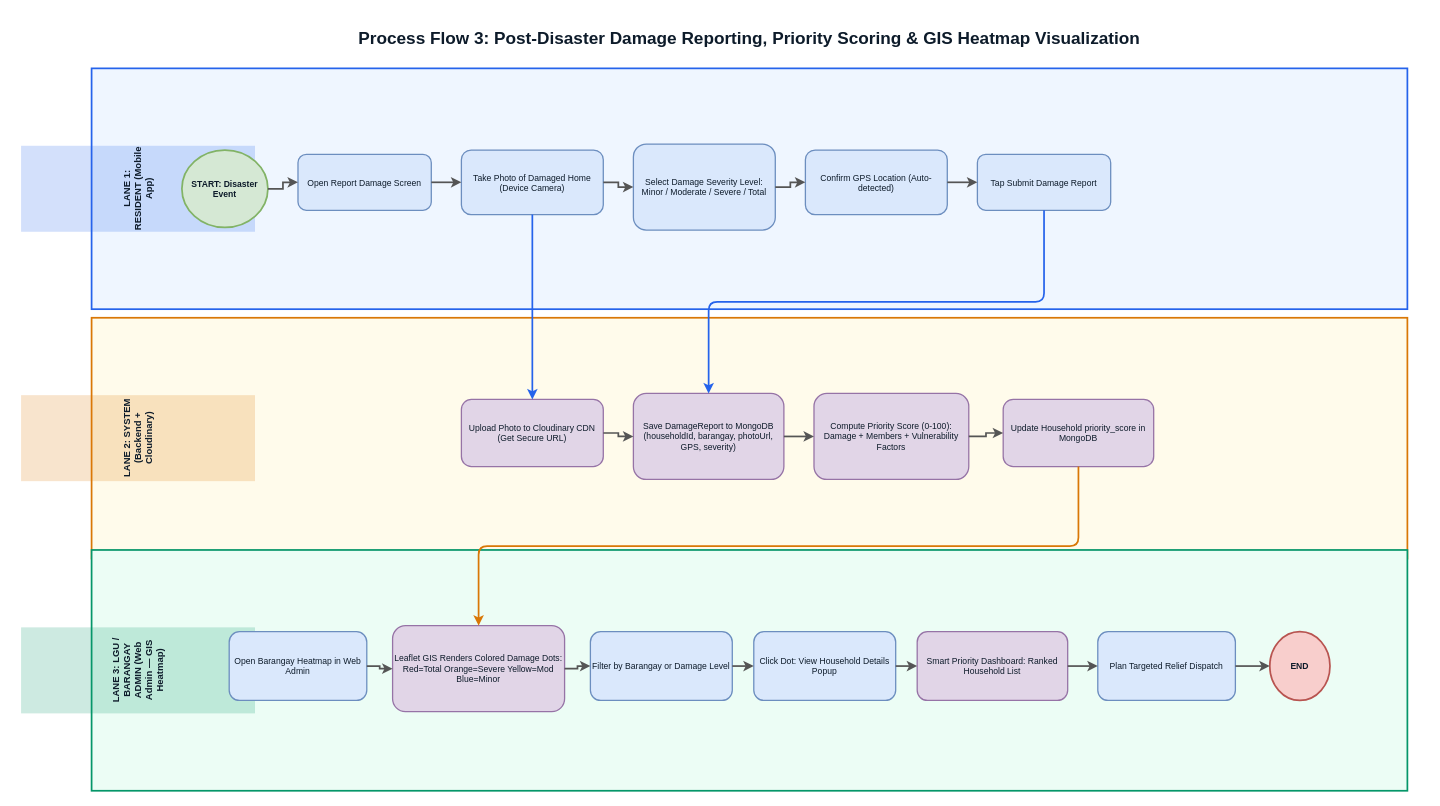
Before: MitigatePlus_Capstone_Diagrams/04c_ProcessFlow_Damage_Report_Heatmap.drawio in ellicaonggoco/Post-MitigatePlus, a draw.io diagram. Source tidied: cells renumbered, new cells numbered last; positions are measured from the earlier drawing's top-left corner, leaving out a move shared by most shapes. Both pictures are drawn from the tidied source at 86%, with x=0, y=0 at pixel (91, 16).
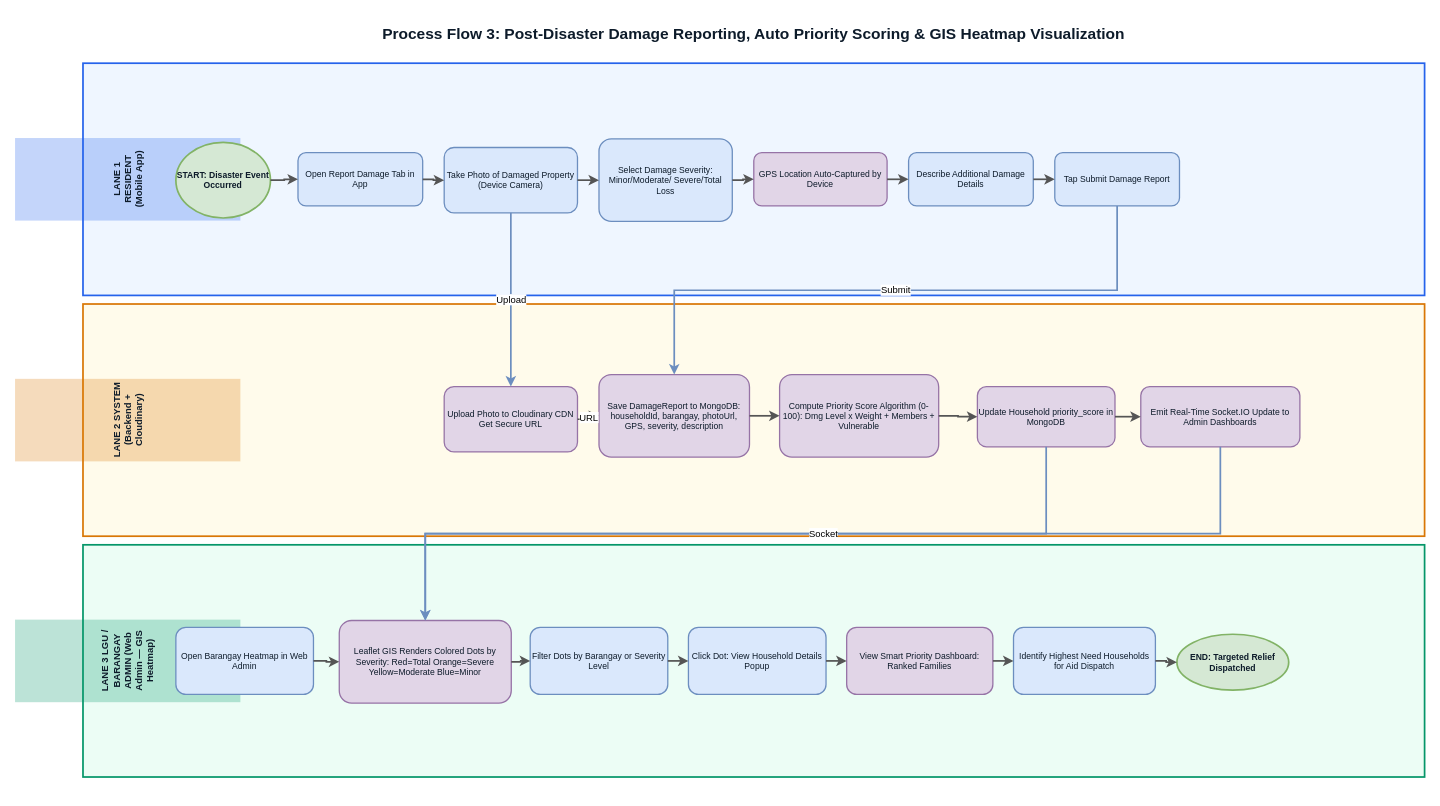
After the change.

Change to the diagram source:
```diff
@@
-    <mxCell id="2" value="Process Flow 3: Post-Disaster Damage Reporting, Priority Scoring &amp; GIS Heatmap Visualization" style="text;html=0;strokeColor=none;fillColor=none;align=center;verticalAlign=middle;whiteSpace=wrap;fontSize=20;fontStyle=1;fontColor=#0D1B2A;" parent="1" vertex="1">
-      <mxGeometry width="1530" height="48" as="geometry" />
+    <mxCell id="2" value="Process Flow 3: Post-Disaster Damage Reporting, Auto Priority Scoring &amp; GIS Heatmap Visualization" style="text;html=0;strokeColor=none;fillColor=none;align=center;verticalAlign=middle;whiteSpace=wrap;fontSize=18;fontStyle=1;fontColor=#0D1B2A;" parent="1" vertex="1">
+      <mxGeometry x="-10" y="-2" width="1560" height="44" as="geometry" />
     </mxCell>
-    <mxCell id="3" style="rounded=0;whiteSpace=wrap;html=0;fillColor=#EFF6FF;strokeColor=#2563EB;strokeWidth=2;" parent="1" vertex="1">
-      <mxGeometry y="60" width="1530" height="280" as="geometry" />
+    <mxCell id="3" style="rounded=0;html=0;fillColor=#EFF6FF;strokeColor=#2563EB;strokeWidth=2;" parent="1" vertex="1">
+      <mxGeometry x="-10" y="54" width="1560" height="270" as="geometry" />
     </mxCell>
-    <mxCell id="4" value="LANE 1: RESIDENT (Mobile App)" style="text;html=0;strokeColor=none;fillColor=#2563EB33;align=center;verticalAlign=middle;whiteSpace=wrap;fontSize=11;fontStyle=1;fontColor=#0D1B2A;rotation=-90;" parent="1" vertex="1">
-      <mxGeometry x="4" y="64" width="100" height="272" as="geometry" />
-    </mxCell>
+    <mxCell id="43" value="LANE 1 RESIDENT (Mobile App)" style="text;html=0;strokeColor=none;fillColor=#2563EB44;align=center;verticalAlign=middle;whiteSpace=wrap;fontSize=11;fontStyle=1;fontColor=#0D1B2A;rotation=-90;" parent="1" vertex="1">
+      <mxGeometry x="-6" y="58" width="96" height="262" as="geometry" />
+    </mxCell>
-    <mxCell id="5" style="rounded=0;whiteSpace=wrap;html=0;fillColor=#FFFBEB;strokeColor=#D97706;strokeWidth=2;" parent="1" vertex="1">
-      <mxGeometry y="350" width="1530" height="280" as="geometry" />
+    <mxCell id="5" style="rounded=0;html=0;fillColor=#FFFBEB;strokeColor=#D97706;strokeWidth=2;" parent="1" vertex="1">
+      <mxGeometry x="-10" y="334" width="1560" height="270" as="geometry" />
     </mxCell>
-    <mxCell id="6" value="LANE 2: SYSTEM (Backend + Cloudinary)" style="text;html=0;strokeColor=none;fillColor=#D9770633;align=center;verticalAlign=middle;whiteSpace=wrap;fontSize=11;fontStyle=1;fontColor=#0D1B2A;rotation=-90;" parent="1" vertex="1">
-      <mxGeometry x="4" y="354" width="100" height="272" as="geometry" />
-    </mxCell>
+    <mxCell id="44" value="LANE 2 SYSTEM (Backend + Cloudinary)" style="text;html=0;strokeColor=none;fillColor=#D9770644;align=center;verticalAlign=middle;whiteSpace=wrap;fontSize=11;fontStyle=1;fontColor=#0D1B2A;rotation=-90;" parent="1" vertex="1">
+      <mxGeometry x="-6" y="338" width="96" height="262" as="geometry" />
+    </mxCell>
-    <mxCell id="7" style="rounded=0;whiteSpace=wrap;html=0;fillColor=#ECFDF5;strokeColor=#059669;strokeWidth=2;" parent="1" vertex="1">
-      <mxGeometry y="620" width="1530" height="280" as="geometry" />
+    <mxCell id="7" style="rounded=0;html=0;fillColor=#ECFDF5;strokeColor=#059669;strokeWidth=2;" parent="1" vertex="1">
+      <mxGeometry x="-10" y="614" width="1560" height="270" as="geometry" />
     </mxCell>
-    <mxCell id="8" value="LANE 3: LGU / BARANGAY ADMIN (Web Admin — GIS Heatmap)" style="text;html=0;strokeColor=none;fillColor=#05966933;align=center;verticalAlign=middle;whiteSpace=wrap;fontSize=11;fontStyle=1;fontColor=#0D1B2A;rotation=-90;" parent="1" vertex="1">
-      <mxGeometry x="4" y="624" width="100" height="272" as="geometry" />
-    </mxCell>
+    <mxCell id="45" value="LANE 3 LGU / BARANGAY ADMIN (Web Admin — GIS Heatmap)" style="text;html=0;strokeColor=none;fillColor=#05966944;align=center;verticalAlign=middle;whiteSpace=wrap;fontSize=11;fontStyle=1;fontColor=#0D1B2A;rotation=-90;" parent="1" vertex="1">
+      <mxGeometry x="-6" y="618" width="96" height="262" as="geometry" />
+    </mxCell>
-    <mxCell id="9" value="START: Disaster Event" style="ellipse;whiteSpace=wrap;html=0;fillColor=#d5e8d4;strokeColor=#82b366;strokeWidth=2;fontSize=10;fontStyle=1;fontColor=#0D1B2A;" parent="1" vertex="1">
-      <mxGeometry x="105" y="155" width="100" height="90" as="geometry" />
+    <mxCell id="9" value="START: Disaster Event Occurred" style="ellipse;whiteSpace=wrap;html=0;fillColor=#d5e8d4;strokeColor=#82b366;strokeWidth=2;fontSize=10;fontStyle=1;fontColor=#0D1B2A;" parent="1" vertex="1">
+      <mxGeometry x="98" y="146" width="110" height="88" as="geometry" />
     </mxCell>
-    <mxCell id="10" value="Open Report Damage Screen" style="rounded=1;whiteSpace=wrap;html=0;fillColor=#dae8fc;strokeColor=#6c8ebf;strokeWidth=1.5;fontSize=10;fontColor=#0D1B2A;" parent="1" vertex="1">
-      <mxGeometry x="240" y="160" width="155" height="65" as="geometry" />
+    <mxCell id="10" value="Open Report Damage Tab in App" style="rounded=1;whiteSpace=wrap;html=0;fillColor=#dae8fc;strokeColor=#6c8ebf;strokeWidth=1.5;fontSize=10;fontColor=#0D1B2A;" parent="1" vertex="1">
+      <mxGeometry x="240" y="158" width="145" height="62" as="geometry" />
     </mxCell>
-    <mxCell id="11" value="Take Photo of Damaged Home (Device Camera)" style="rounded=1;whiteSpace=wrap;html=0;fillColor=#dae8fc;strokeColor=#6c8ebf;strokeWidth=1.5;fontSize=10;fontColor=#0D1B2A;" parent="1" vertex="1">
-      <mxGeometry x="430" y="155" width="165" height="75" as="geometry" />
+    <mxCell id="11" value="Take Photo of Damaged Property (Device Camera)" style="rounded=1;whiteSpace=wrap;html=0;fillColor=#dae8fc;strokeColor=#6c8ebf;strokeWidth=1.5;fontSize=10;fontColor=#0D1B2A;" parent="1" vertex="1">
+      <mxGeometry x="410" y="152" width="155" height="76" as="geometry" />
     </mxCell>
-    <mxCell id="12" value="Select Damage Severity Level: Minor / Moderate / Severe / Total" style="rounded=1;whiteSpace=wrap;html=0;fillColor=#dae8fc;strokeColor=#6c8ebf;strokeWidth=1.5;fontSize=10;fontColor=#0D1B2A;" parent="1" vertex="1">
-      <mxGeometry x="630" y="148" width="165" height="100" as="geometry" />
+    <mxCell id="12" value="Select Damage Severity: Minor/Moderate/ Severe/Total Loss" style="rounded=1;whiteSpace=wrap;html=0;fillColor=#dae8fc;strokeColor=#6c8ebf;strokeWidth=1.5;fontSize=10;fontColor=#0D1B2A;" parent="1" vertex="1">
+      <mxGeometry x="590" y="142" width="155" height="96" as="geometry" />
     </mxCell>
-    <mxCell id="13" value="Confirm GPS Location (Auto-detected)" style="rounded=1;whiteSpace=wrap;html=0;fillColor=#dae8fc;strokeColor=#6c8ebf;strokeWidth=1.5;fontSize=10;fontColor=#0D1B2A;" parent="1" vertex="1">
-      <mxGeometry x="830" y="155" width="165" height="75" as="geometry" />
+    <mxCell id="13" value="GPS Location Auto-Captured by Device" style="rounded=1;whiteSpace=wrap;html=0;fillColor=#e1d5e7;strokeColor=#9673a6;strokeWidth=1.5;fontSize=10;fontColor=#0D1B2A;" parent="1" vertex="1">
+      <mxGeometry x="770" y="158" width="155" height="62" as="geometry" />
     </mxCell>
-    <mxCell id="14" value="Tap Submit Damage Report" style="rounded=1;whiteSpace=wrap;html=0;fillColor=#dae8fc;strokeColor=#6c8ebf;strokeWidth=1.5;fontSize=10;fontColor=#0D1B2A;" parent="1" vertex="1">
-      <mxGeometry x="1030" y="160" width="155" height="65" as="geometry" />
+    <mxCell id="14" value="Describe Additional Damage Details" style="rounded=1;whiteSpace=wrap;html=0;fillColor=#dae8fc;strokeColor=#6c8ebf;strokeWidth=1.5;fontSize=10;fontColor=#0D1B2A;" parent="1" vertex="1">
+      <mxGeometry x="950" y="158" width="145" height="62" as="geometry" />
     </mxCell>
+    <mxCell id="46" value="Tap Submit Damage Report" style="rounded=1;whiteSpace=wrap;html=0;fillColor=#dae8fc;strokeColor=#6c8ebf;strokeWidth=1.5;fontSize=10;fontColor=#0D1B2A;" parent="1" vertex="1">
+      <mxGeometry x="1120" y="158" width="145" height="62" as="geometry" />
+    </mxCell>
-    <mxCell id="15" value="Upload Photo to Cloudinary CDN (Get Secure URL)" style="rounded=1;whiteSpace=wrap;html=0;fillColor=#e1d5e7;strokeColor=#9673a6;strokeWidth=1.5;fontSize=10;fontColor=#0D1B2A;" parent="1" vertex="1">
-      <mxGeometry x="430" y="445" width="165" height="78" as="geometry" />
+    <mxCell id="15" value="Upload Photo to Cloudinary CDN Get Secure URL" style="rounded=1;whiteSpace=wrap;html=0;fillColor=#e1d5e7;strokeColor=#9673a6;strokeWidth=1.5;fontSize=10;fontColor=#0D1B2A;" parent="1" vertex="1">
+      <mxGeometry x="410" y="430" width="155" height="76" as="geometry" />
     </mxCell>
-    <mxCell id="16" value="Save DamageReport to MongoDB (householdId, barangay, photoUrl, GPS, severity)" style="rounded=1;whiteSpace=wrap;html=0;fillColor=#e1d5e7;strokeColor=#9673a6;strokeWidth=1.5;fontSize=10;fontColor=#0D1B2A;" parent="1" vertex="1">
-      <mxGeometry x="630" y="438" width="175" height="100" as="geometry" />
+    <mxCell id="16" value="Save DamageReport to MongoDB: householdId, barangay, photoUrl, GPS, severity, description" style="rounded=1;whiteSpace=wrap;html=0;fillColor=#e1d5e7;strokeColor=#9673a6;strokeWidth=1.5;fontSize=10;fontColor=#0D1B2A;" parent="1" vertex="1">
+      <mxGeometry x="590" y="416" width="175" height="96" as="geometry" />
     </mxCell>
-    <mxCell id="17" value="Compute Priority Score (0-100): Damage + Members + Vulnerability Factors" style="rounded=1;whiteSpace=wrap;html=0;fillColor=#e1d5e7;strokeColor=#9673a6;strokeWidth=1.5;fontSize=10;fontColor=#0D1B2A;" parent="1" vertex="1">
-      <mxGeometry x="840" y="438" width="180" height="100" as="geometry" />
+    <mxCell id="17" value="Compute Priority Score Algorithm (0-100): Dmg Level x Weight + Members + Vulnerable" style="rounded=1;whiteSpace=wrap;html=0;fillColor=#e1d5e7;strokeColor=#9673a6;strokeWidth=1.5;fontSize=10;fontColor=#0D1B2A;" parent="1" vertex="1">
+      <mxGeometry x="800" y="416" width="185" height="96" as="geometry" />
     </mxCell>
     <mxCell id="18" value="Update Household priority_score in MongoDB" style="rounded=1;whiteSpace=wrap;html=0;fillColor=#e1d5e7;strokeColor=#9673a6;strokeWidth=1.5;fontSize=10;fontColor=#0D1B2A;" parent="1" vertex="1">
-      <mxGeometry x="1060" y="445" width="175" height="78" as="geometry" />
+      <mxGeometry x="1030" y="430" width="160" height="70" as="geometry" />
     </mxCell>
+    <mxCell id="47" value="Emit Real-Time Socket.IO Update to Admin Dashboards" style="rounded=1;whiteSpace=wrap;html=0;fillColor=#e1d5e7;strokeColor=#9673a6;strokeWidth=1.5;fontSize=10;fontColor=#0D1B2A;" parent="1" vertex="1">
+      <mxGeometry x="1220" y="430" width="185" height="70" as="geometry" />
+    </mxCell>
     <mxCell id="19" value="Open Barangay Heatmap in Web Admin" style="rounded=1;whiteSpace=wrap;html=0;fillColor=#dae8fc;strokeColor=#6c8ebf;strokeWidth=1.5;fontSize=10;fontColor=#0D1B2A;" parent="1" vertex="1">
-      <mxGeometry x="160" y="715" width="160" height="80" as="geometry" />
+      <mxGeometry x="98" y="710" width="160" height="78" as="geometry" />
     </mxCell>
-    <mxCell id="20" value="Leaflet GIS Renders Colored Damage Dots: Red=Total  Orange=Severe Yellow=Mod  Blue=Minor" style="rounded=1;whiteSpace=wrap;html=0;fillColor=#e1d5e7;strokeColor=#9673a6;strokeWidth=1.5;fontSize=10;fontColor=#0D1B2A;" parent="1" vertex="1">
-      <mxGeometry x="350" y="708" width="200" height="100" as="geometry" />
+    <mxCell id="20" value="Leaflet GIS Renders Colored Dots by Severity: Red=Total  Orange=Severe Yellow=Moderate  Blue=Minor" style="rounded=1;whiteSpace=wrap;html=0;fillColor=#e1d5e7;strokeColor=#9673a6;strokeWidth=1.5;fontSize=10;fontColor=#0D1B2A;" parent="1" vertex="1">
+      <mxGeometry x="288" y="702" width="200" height="96" as="geometry" />
     </mxCell>
-    <mxCell id="21" value="Filter by Barangay or Damage Level" style="rounded=1;whiteSpace=wrap;html=0;fillColor=#dae8fc;strokeColor=#6c8ebf;strokeWidth=1.5;fontSize=10;fontColor=#0D1B2A;" parent="1" vertex="1">
-      <mxGeometry x="580" y="715" width="165" height="80" as="geometry" />
+    <mxCell id="21" value="Filter Dots by Barangay or Severity Level" style="rounded=1;whiteSpace=wrap;html=0;fillColor=#dae8fc;strokeColor=#6c8ebf;strokeWidth=1.5;fontSize=10;fontColor=#0D1B2A;" parent="1" vertex="1">
+      <mxGeometry x="510" y="710" width="160" height="78" as="geometry" />
     </mxCell>
     <mxCell id="22" value="Click Dot: View Household Details Popup" style="rounded=1;whiteSpace=wrap;html=0;fillColor=#dae8fc;strokeColor=#6c8ebf;strokeWidth=1.5;fontSize=10;fontColor=#0D1B2A;" parent="1" vertex="1">
-      <mxGeometry x="770" y="715" width="165" height="80" as="geometry" />
+      <mxGeometry x="694" y="710" width="160" height="78" as="geometry" />
     </mxCell>
-    <mxCell id="23" value="Smart Priority Dashboard: Ranked Household List" style="rounded=1;whiteSpace=wrap;html=0;fillColor=#e1d5e7;strokeColor=#9673a6;strokeWidth=1.5;fontSize=10;fontColor=#0D1B2A;" parent="1" vertex="1">
-      <mxGeometry x="960" y="715" width="175" height="80" as="geometry" />
+    <mxCell id="23" value="View Smart Priority Dashboard: Ranked Families" style="rounded=1;whiteSpace=wrap;html=0;fillColor=#e1d5e7;strokeColor=#9673a6;strokeWidth=1.5;fontSize=10;fontColor=#0D1B2A;" parent="1" vertex="1">
+      <mxGeometry x="878" y="710" width="170" height="78" as="geometry" />
     </mxCell>
-    <mxCell id="24" value="Plan Targeted Relief Dispatch" style="rounded=1;whiteSpace=wrap;html=0;fillColor=#dae8fc;strokeColor=#6c8ebf;strokeWidth=1.5;fontSize=10;fontColor=#0D1B2A;" parent="1" vertex="1">
-      <mxGeometry x="1170" y="715" width="160" height="80" as="geometry" />
+    <mxCell id="24" value="Identify Highest Need Households for Aid Dispatch" style="rounded=1;whiteSpace=wrap;html=0;fillColor=#dae8fc;strokeColor=#6c8ebf;strokeWidth=1.5;fontSize=10;fontColor=#0D1B2A;" parent="1" vertex="1">
+      <mxGeometry x="1072" y="710" width="165" height="78" as="geometry" />
     </mxCell>
-    <mxCell id="25" value="END" style="ellipse;whiteSpace=wrap;html=0;fillColor=#f8cecc;strokeColor=#b85450;strokeWidth=2;fontSize=10;fontStyle=1;fontColor=#0D1B2A;" parent="1" vertex="1">
-      <mxGeometry x="1370" y="715" width="70" height="80" as="geometry" />
+    <mxCell id="25" value="END: Targeted Relief Dispatched" style="ellipse;whiteSpace=wrap;html=0;fillColor=#d5e8d4;strokeColor=#82b366;strokeWidth=2;fontSize=10;fontStyle=1;fontColor=#0D1B2A;" parent="1" vertex="1">
+      <mxGeometry x="1262" y="718" width="130" height="65" as="geometry" />
     </mxCell>
@@
-    <mxCell id="31" style="edgeStyle=orthogonalEdgeStyle;html=1;strokeWidth=2;strokeColor=#2563EB;exitX=0.5;exitY=1;entryX=0.5;entryY=0;" parent="1" edge="1" source="11" target="15">
+    <mxCell id="31" style="edgeStyle=orthogonalEdgeStyle;rounded=0;html=1;strokeWidth=2;strokeColor=#555555;" parent="1" edge="1" source="14" target="46">
       <mxGeometry relative="1" as="geometry" />
     </mxCell>
-    <mxCell id="32" style="edgeStyle=orthogonalEdgeStyle;html=1;strokeWidth=2;strokeColor=#2563EB;exitX=0.5;exitY=1;entryX=0.5;entryY=0;" parent="1" edge="1" source="14" target="16">
+    <mxCell id="32" value="Upload" style="edgeStyle=orthogonalEdgeStyle;rounded=0;html=1;strokeWidth=2;strokeColor=#6c8ebf;exitX=0.5;exitY=1;entryX=0.5;entryY=0;" parent="1" edge="1" source="11" target="15">
       <mxGeometry relative="1" as="geometry" />
     </mxCell>
-    <mxCell id="33" style="edgeStyle=orthogonalEdgeStyle;rounded=0;html=1;strokeWidth=2;strokeColor=#555555;" parent="1" edge="1" source="15" target="16">
+    <mxCell id="33" value="Submit" style="edgeStyle=orthogonalEdgeStyle;rounded=0;html=1;strokeWidth=2;strokeColor=#6c8ebf;exitX=0.5;exitY=1;entryX=0.5;entryY=0;" parent="1" edge="1" source="46" target="16">
       <mxGeometry relative="1" as="geometry" />
     </mxCell>
-    <mxCell id="34" style="edgeStyle=orthogonalEdgeStyle;rounded=0;html=1;strokeWidth=2;strokeColor=#555555;" parent="1" edge="1" source="16" target="17">
+    <mxCell id="34" value="URL" style="edgeStyle=orthogonalEdgeStyle;rounded=0;html=1;strokeWidth=2;strokeColor=#555555;" parent="1" edge="1" source="15" target="16">
       <mxGeometry relative="1" as="geometry" />
     </mxCell>
-    <mxCell id="35" style="edgeStyle=orthogonalEdgeStyle;rounded=0;html=1;strokeWidth=2;strokeColor=#555555;" parent="1" edge="1" source="17" target="18">
+    <mxCell id="35" style="edgeStyle=orthogonalEdgeStyle;rounded=0;html=1;strokeWidth=2;strokeColor=#555555;" parent="1" edge="1" source="16" target="17">
       <mxGeometry relative="1" as="geometry" />
     </mxCell>
-    <mxCell id="36" style="edgeStyle=orthogonalEdgeStyle;html=1;strokeWidth=2;strokeColor=#D97706;exitX=0.5;exitY=1;entryX=0.5;entryY=0;" parent="1" edge="1" source="18" target="20">
+    <mxCell id="36" style="edgeStyle=orthogonalEdgeStyle;rounded=0;html=1;strokeWidth=2;strokeColor=#555555;" parent="1" edge="1" source="17" target="18">
       <mxGeometry relative="1" as="geometry" />
     </mxCell>
-    <mxCell id="37" style="edgeStyle=orthogonalEdgeStyle;rounded=0;html=1;strokeWidth=2;strokeColor=#555555;" parent="1" edge="1" source="19" target="20">
+    <mxCell id="37" style="edgeStyle=orthogonalEdgeStyle;rounded=0;html=1;strokeWidth=2;strokeColor=#555555;" parent="1" edge="1" source="18" target="47">
       <mxGeometry relative="1" as="geometry" />
     </mxCell>
-    <mxCell id="38" style="edgeStyle=orthogonalEdgeStyle;rounded=0;html=1;strokeWidth=2;strokeColor=#555555;" parent="1" edge="1" source="20" target="21">
+    <mxCell id="38" style="edgeStyle=orthogonalEdgeStyle;rounded=0;html=1;strokeWidth=2;strokeColor=#6c8ebf;exitX=0.5;exitY=1;entryX=0.5;entryY=0;" parent="1" edge="1" source="18" target="20">
       <mxGeometry relative="1" as="geometry" />
     </mxCell>
-    <mxCell id="39" style="edgeStyle=orthogonalEdgeStyle;rounded=0;html=1;strokeWidth=2;strokeColor=#555555;" parent="1" edge="1" source="21" target="22">
+    <mxCell id="39" value="Socket" style="edgeStyle=orthogonalEdgeStyle;rounded=0;html=1;strokeWidth=2;strokeColor=#6c8ebf;exitX=0.5;exitY=1;entryX=0.5;entryY=0;" parent="1" edge="1" source="47" target="20">
       <mxGeometry relative="1" as="geometry" />
     </mxCell>
-    <mxCell id="40" style="edgeStyle=orthogonalEdgeStyle;rounded=0;html=1;strokeWidth=2;strokeColor=#555555;" parent="1" edge="1" source="22" target="23">
+    <mxCell id="40" style="edgeStyle=orthogonalEdgeStyle;rounded=0;html=1;strokeWidth=2;strokeColor=#555555;" parent="1" edge="1" source="19" target="20">
       <mxGeometry relative="1" as="geometry" />
     </mxCell>
-    <mxCell id="41" style="edgeStyle=orthogonalEdgeStyle;rounded=0;html=1;strokeWidth=2;strokeColor=#555555;" parent="1" edge="1" source="23" target="24">
+    <mxCell id="41" style="edgeStyle=orthogonalEdgeStyle;rounded=0;html=1;strokeWidth=2;strokeColor=#555555;" parent="1" edge="1" source="20" target="21">
       <mxGeometry relative="1" as="geometry" />
     </mxCell>
-    <mxCell id="42" style="edgeStyle=orthogonalEdgeStyle;rounded=0;html=1;strokeWidth=2;strokeColor=#555555;" parent="1" edge="1" source="24" target="25">
+    <mxCell id="42" style="edgeStyle=orthogonalEdgeStyle;rounded=0;html=1;strokeWidth=2;strokeColor=#555555;" parent="1" edge="1" source="21" target="22">
       <mxGeometry relative="1" as="geometry" />
     </mxCell>
+    <mxCell id="48" style="edgeStyle=orthogonalEdgeStyle;rounded=0;html=1;strokeWidth=2;strokeColor=#555555;" parent="1" edge="1" source="22" target="23">
+      <mxGeometry relative="1" as="geometry" />
+    </mxCell>
+    <mxCell id="49" style="edgeStyle=orthogonalEdgeStyle;rounded=0;html=1;strokeWidth=2;strokeColor=#555555;" parent="1" edge="1" source="23" target="24">
+      <mxGeometry relative="1" as="geometry" />
+    </mxCell>
+    <mxCell id="50" style="edgeStyle=orthogonalEdgeStyle;rounded=0;html=1;strokeWidth=2;strokeColor=#555555;" parent="1" edge="1" source="24" target="25">
+      <mxGeometry relative="1" as="geometry" />
+    </mxCell>
```
